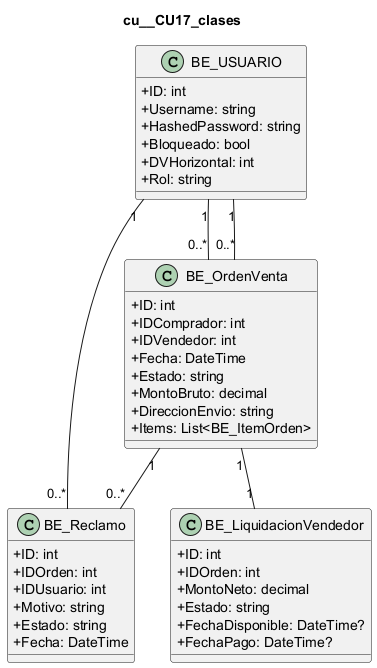
This is docs/diagramas/uml_png/cu__CU17_clases.png from L-Muniz/uai-diploma_2026, a PlantUML export, as it was before one commit.
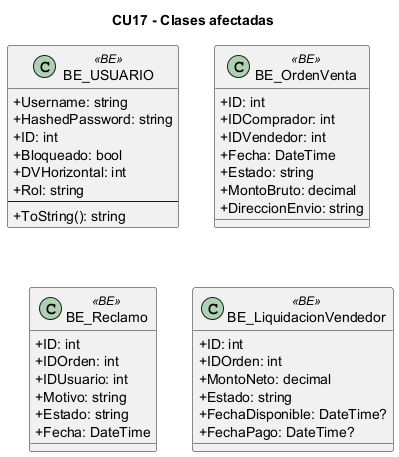
The same diagram one commit later.

What changed in the source:
```diff
@@ -1,15 +1,17 @@
 @startuml
 skinparam classAttributeIconSize 0
-title cu__CU17_clases
-class "BE_USUARIO" as USUARIO {
-  +ID: int
+title CU17 - Clases afectadas
+class "BE_USUARIO" as BE_USUARIO <<BE>> {
   +Username: string
   +HashedPassword: string
+  +ID: int
   +Bloqueado: bool
   +DVHorizontal: int
   +Rol: string
+  --
+  +ToString(): string
 }
-class "BE_OrdenVenta" as ORDEN {
+class "BE_OrdenVenta" as BE_OrdenVenta <<BE>> {
   +ID: int
   +IDComprador: int
   +IDVendedor: int
@@ -17,9 +19,8 @@
   +Estado: string
   +MontoBruto: decimal
   +DireccionEnvio: string
-  +Items: List<BE_ItemOrden>
 }
-class "BE_Reclamo" as RECLAMO {
+class "BE_Reclamo" as BE_Reclamo <<BE>> {
   +ID: int
   +IDOrden: int
   +IDUsuario: int
@@ -27,7 +28,7 @@
   +Estado: string
   +Fecha: DateTime
 }
-class "BE_LiquidacionVendedor" as LIQUIDACION {
+class "BE_LiquidacionVendedor" as BE_LiquidacionVendedor <<BE>> {
   +ID: int
   +IDOrden: int
   +MontoNeto: decimal
@@ -35,9 +36,4 @@
   +FechaDisponible: DateTime?
   +FechaPago: DateTime?
 }
-USUARIO "1" -- "0..*" ORDEN
-USUARIO "1" -- "0..*" ORDEN
-ORDEN "1" -- "1" LIQUIDACION
-ORDEN "1" -- "0..*" RECLAMO
-USUARIO "1" -- "0..*" RECLAMO
 @enduml
```
